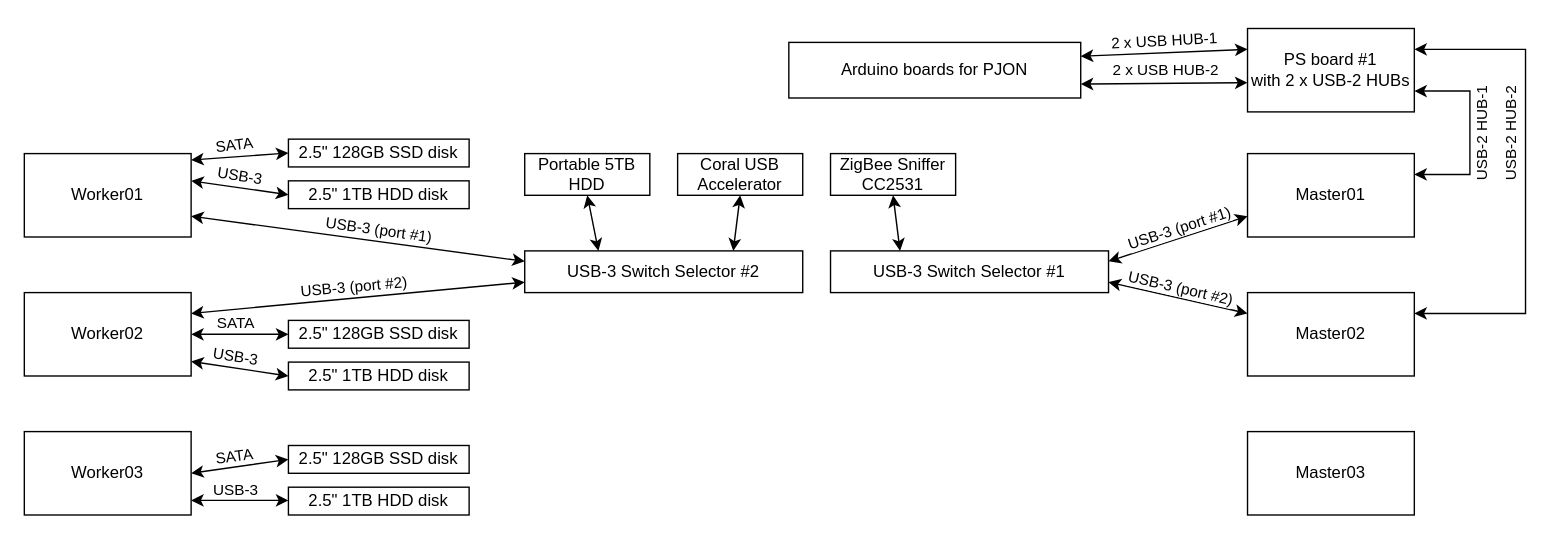
Above: page "Schematic" (3 of 3) of home-cluster/components/cluster-case-and-hardware/draw.io/Cluster-case.drawio.xml in Halytskyi/SmartThings (draw.io), before the change. Source tidied: cells renumbered, new cells numbered last; positions are measured from the earlier drawing's top-left corner, leaving out a move shared by most shapes. Both pictures are drawn from the tidied source at 139%, with x=0, y=0 at pixel (24, 26).
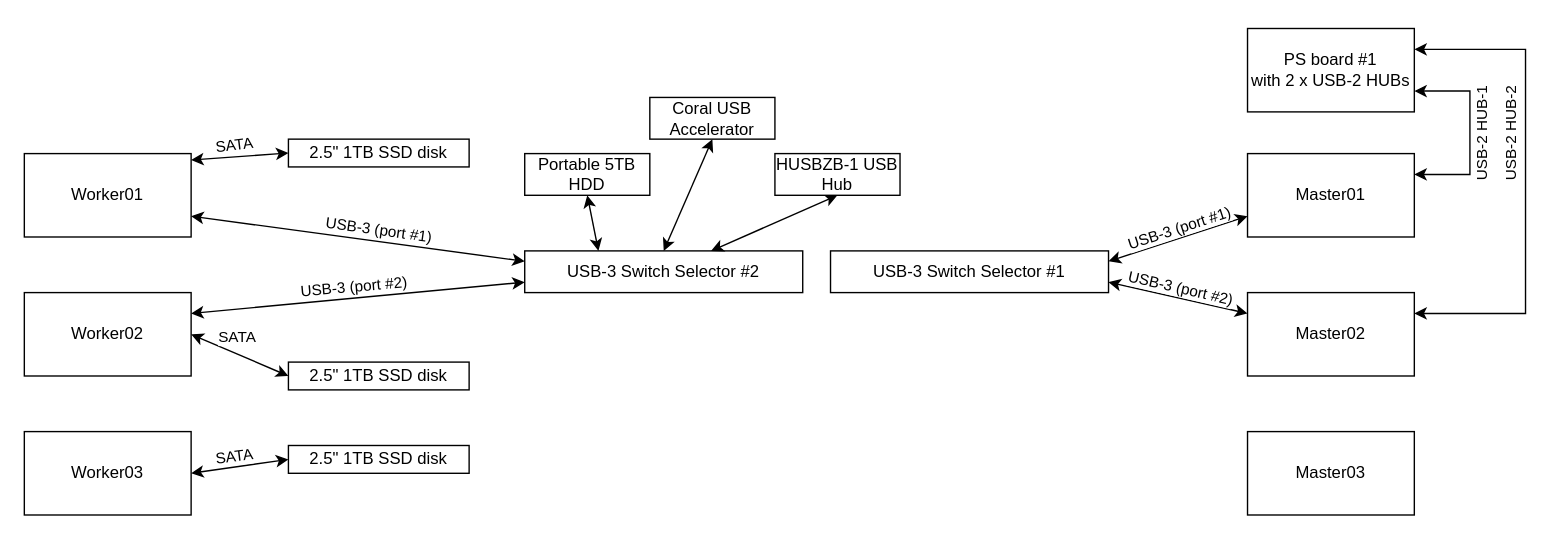
After the change.

The change refers to these unchanged cells:
```xml
<mxCell id="29" value="PS board #1&lt;br&gt;with 2 x USB-2 HUBs" style="rounded=0;whiteSpace=wrap;html=1;" parent="1" vertex="1">
  <mxGeometry x="880" y="1" width="120" height="60" as="geometry" />
</mxCell>
<mxCell id="34" value="&lt;span&gt;USB-3 Switch Selector #1&lt;/span&gt;" style="rounded=0;whiteSpace=wrap;html=1;" parent="1" vertex="1">
  <mxGeometry x="580" y="161" width="200" height="30" as="geometry" />
</mxCell>
<mxCell id="35" value="&lt;span&gt;USB-3 Switch Selector #2&lt;/span&gt;" style="rounded=0;whiteSpace=wrap;html=1;" parent="1" vertex="1">
  <mxGeometry x="360" y="161" width="200" height="30" as="geometry" />
</mxCell>
```

Change to the diagram source:
```diff
@@
-    <mxCell id="9" value="2.5&quot; 128GB SSD disk" style="rounded=0;whiteSpace=wrap;html=1;" parent="1" vertex="1">
+    <mxCell id="9" value="2.5&quot; 1TB SSD disk" style="rounded=0;whiteSpace=wrap;html=1;" parent="1" vertex="1">
       <mxGeometry x="190" y="80.6" width="130" height="20" as="geometry" />
     </mxCell>
-    <mxCell id="10" value="2.5&quot; 1TB HDD disk" style="rounded=0;whiteSpace=wrap;html=1;" parent="1" vertex="1">
-      <mxGeometry x="190" y="110.6" width="130" height="20" as="geometry" />
-    </mxCell>
@@
-    <mxCell id="13" style="endArrow=classic;startArrow=classic;html=1;exitX=1;exitY=0.5;exitDx=0;exitDy=0;entryX=0;entryY=0.5;entryDx=0;entryDy=0;" parent="1" edge="1" target="10">
-      <mxGeometry relative="1" as="geometry">
-        <mxPoint x="120" y="110.6" as="sourcePoint" />
-      </mxGeometry>
-    </mxCell>
-    <mxCell id="14" value="USB-3" style="edgeLabel;html=1;align=center;verticalAlign=middle;rotation=9;" parent="13" vertex="1">
-      <mxGeometry x="-0.34" y="3" relative="1" as="geometry">
-        <mxPoint x="11" y="-4" as="offset" />
-      </mxGeometry>
-    </mxCell>
-    <mxCell id="15" value="2.5&quot; 128GB SSD disk" style="rounded=0;whiteSpace=wrap;html=1;" parent="1" vertex="1">
-      <mxGeometry x="190" y="211" width="130" height="20" as="geometry" />
+    <mxCell id="15" value="2.5&quot; 1TB SSD disk" style="rounded=0;whiteSpace=wrap;html=1;" parent="1" vertex="1">
+      <mxGeometry x="190" y="241" width="130" height="20" as="geometry" />
     </mxCell>
-    <mxCell id="16" value="2.5&quot; 1TB HDD disk" style="rounded=0;whiteSpace=wrap;html=1;" parent="1" vertex="1">
-      <mxGeometry x="190" y="241" width="130" height="20" as="geometry" />
-    </mxCell>
@@
-    <mxCell id="19" style="endArrow=classic;startArrow=classic;html=1;exitX=1;exitY=0.25;exitDx=0;exitDy=0;entryX=0;entryY=0.5;entryDx=0;entryDy=0;" parent="1" edge="1" target="16">
-      <mxGeometry relative="1" as="geometry">
-        <mxPoint x="120" y="240.5" as="sourcePoint" />
-      </mxGeometry>
-    </mxCell>
-    <mxCell id="20" value="USB-3" style="edgeLabel;html=1;align=center;verticalAlign=middle;rotation=9;" parent="19" vertex="1">
-      <mxGeometry x="-0.34" y="3" relative="1" as="geometry">
-        <mxPoint x="8" y="-5" as="offset" />
-      </mxGeometry>
-    </mxCell>
-    <mxCell id="21" value="2.5&quot; 128GB SSD disk" style="rounded=0;whiteSpace=wrap;html=1;" parent="1" vertex="1">
+    <mxCell id="21" value="2.5&quot; 1TB SSD disk" style="rounded=0;whiteSpace=wrap;html=1;" parent="1" vertex="1">
       <mxGeometry x="190" y="301" width="130" height="20" as="geometry" />
     </mxCell>
-    <mxCell id="22" value="2.5&quot; 1TB HDD disk" style="rounded=0;whiteSpace=wrap;html=1;" parent="1" vertex="1">
-      <mxGeometry x="190" y="331" width="130" height="20" as="geometry" />
-    </mxCell>
@@
-    <mxCell id="25" style="endArrow=classic;startArrow=classic;html=1;exitX=1;exitY=0.25;exitDx=0;exitDy=0;entryX=0;entryY=0.75;entryDx=0;entryDy=0;" parent="1" edge="1">
-      <mxGeometry relative="1" as="geometry">
-        <mxPoint x="120" y="340.5" as="sourcePoint" />
-        <mxPoint x="190" y="340.5" as="targetPoint" />
-      </mxGeometry>
-    </mxCell>
-    <mxCell id="26" value="USB-3" style="edgeLabel;html=1;align=center;verticalAlign=middle;" parent="25" vertex="1">
-      <mxGeometry x="-0.34" y="3" relative="1" as="geometry">
-        <mxPoint x="8" y="-5" as="offset" />
-      </mxGeometry>
-    </mxCell>
@@
-    <mxCell id="30" style="edgeStyle=none;rounded=0;jettySize=auto;html=1;exitX=1;exitY=0.25;exitDx=0;exitDy=0;entryX=0;entryY=0.25;entryDx=0;entryDy=0;startArrow=classic;startFill=1;" parent="1" edge="1" source="32" target="29">
-      <mxGeometry relative="1" as="geometry" />
-    </mxCell>
-    <mxCell id="31" style="edgeStyle=none;rounded=0;jettySize=auto;html=1;exitX=1;exitY=0.75;exitDx=0;exitDy=0;entryX=0;entryY=0.65;entryDx=0;entryDy=0;entryPerimeter=0;startArrow=classic;startFill=1;" parent="1" edge="1" source="32" target="29">
-      <mxGeometry relative="1" as="geometry" />
-    </mxCell>
-    <mxCell id="32" value="&lt;span&gt;Arduino boards for PJON&lt;/span&gt;" style="rounded=0;whiteSpace=wrap;html=1;" parent="1" vertex="1">
-      <mxGeometry x="550" y="11" width="210" height="40" as="geometry" />
-    </mxCell>
@@
-    <mxCell id="44" value="&lt;font style=&quot;font-size: 11px&quot;&gt;2 x USB HUB-1&lt;/font&gt;" style="text;html=1;align=center;verticalAlign=middle;strokeColor=none;rotation=357;" parent="1" vertex="1">
-      <mxGeometry x="775" width="90" height="20" as="geometry" />
-    </mxCell>
-    <mxCell id="45" value="&lt;font style=&quot;font-size: 11px&quot;&gt;2 x USB HUB-2&lt;/font&gt;" style="text;html=1;align=center;verticalAlign=middle;strokeColor=none;rotation=0;" parent="1" vertex="1">
-      <mxGeometry x="776" y="21" width="90" height="20" as="geometry" />
-    </mxCell>
@@
-    <mxCell id="48" style="rounded=0;jettySize=auto;html=1;exitX=0.5;exitY=1;exitDx=0;exitDy=0;entryX=0.75;entryY=0;entryDx=0;entryDy=0;startArrow=classic;startFill=1;" parent="1" edge="1" source="49" target="35">
+    <mxCell id="48" style="rounded=0;jettySize=auto;html=1;exitX=0.5;exitY=1;exitDx=0;exitDy=0;entryX=0.5;entryY=0;entryDx=0;entryDy=0;startArrow=classic;startFill=1;" parent="1" edge="1" source="49" target="35">
       <mxGeometry relative="1" as="geometry" />
     </mxCell>
     <mxCell id="49" value="Coral USB Accelerator" style="rounded=0;whiteSpace=wrap;html=1;" parent="1" vertex="1">
-      <mxGeometry x="470" y="91" width="90" height="30" as="geometry" />
+      <mxGeometry x="450" y="50.6" width="90" height="30" as="geometry" />
     </mxCell>
-    <mxCell id="50" style="edgeStyle=none;rounded=0;jettySize=auto;html=1;exitX=0.5;exitY=1;exitDx=0;exitDy=0;entryX=0.25;entryY=0;entryDx=0;entryDy=0;startArrow=classic;startFill=1;" parent="1" edge="1" source="51" target="34">
+    <mxCell id="50" style="edgeStyle=none;rounded=0;jettySize=auto;html=1;exitX=0.5;exitY=1;exitDx=0;exitDy=0;startArrow=classic;startFill=1;" parent="1" edge="1" source="51" target="35">
       <mxGeometry relative="1" as="geometry" />
     </mxCell>
-    <mxCell id="51" value="ZigBee Sniffer CC2531" style="rounded=0;whiteSpace=wrap;html=1;" parent="1" vertex="1">
-      <mxGeometry x="580" y="91" width="90" height="30" as="geometry" />
+    <mxCell id="51" value="HUSBZB-1 USB Hub" style="rounded=0;whiteSpace=wrap;html=1;" parent="1" vertex="1">
+      <mxGeometry x="540" y="91" width="90" height="30" as="geometry" />
     </mxCell>
```
